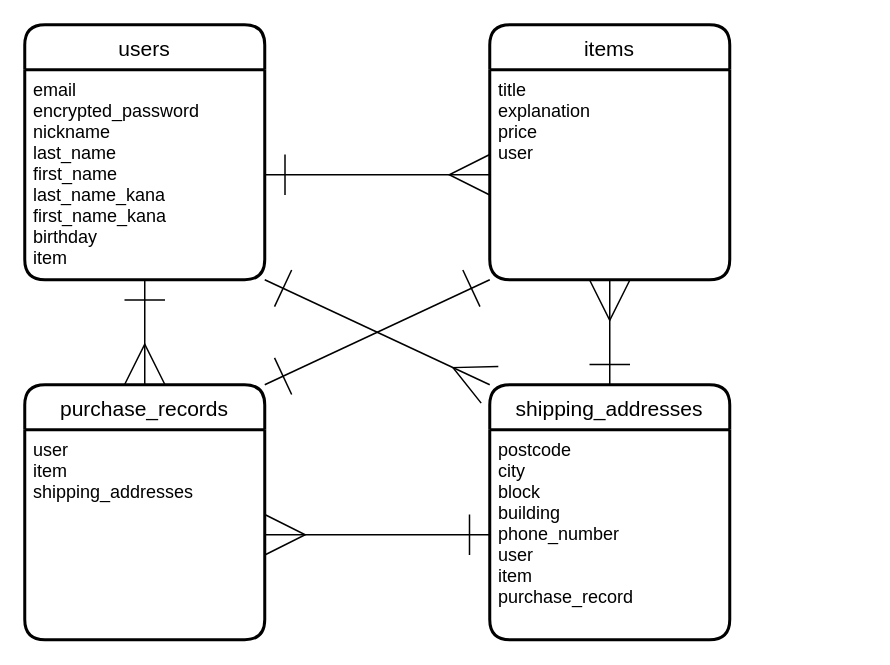
koiazi100/furima-37982 keeps this draw.io diagram as er.dio. Above is the earlier version. Source tidied: cells renumbered, new cells numbered last; positions are measured from the earlier drawing's top-left corner, leaving out a move shared by most shapes. Both pictures are drawn from the tidied source at 150%, with x=0, y=0 at pixel (24, 24).
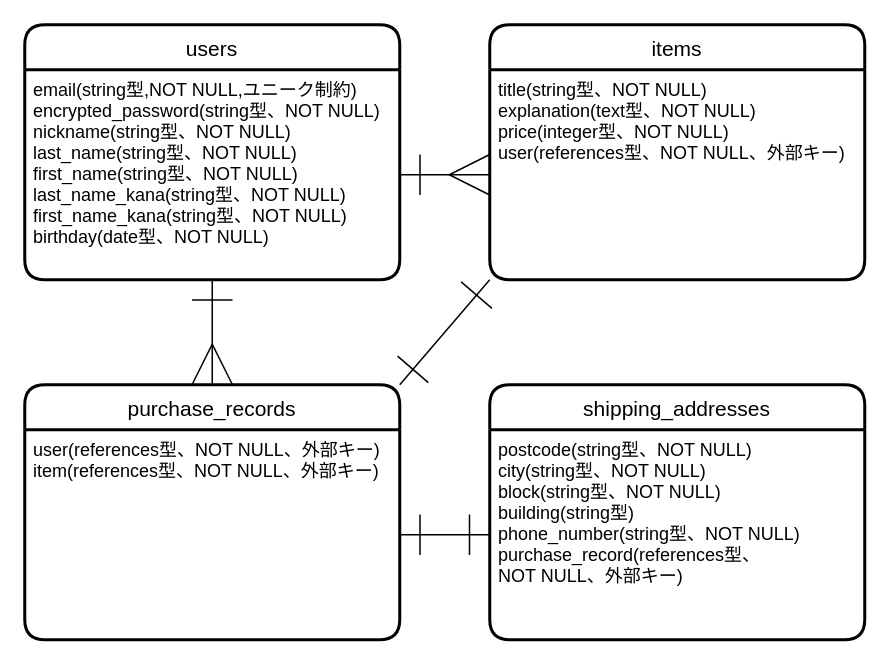
Above is the later version.

Commit message (it also covers changes not shown here):
READ ME修正

What changed in the source:
```diff
@@
 <mxGraphModel>
   <root>
     <mxCell id="0" />
     <mxCell id="1" parent="0" />
     <mxCell id="2" value="users" style="swimlane;horizontal=1;startSize=30;rounded=1;fontSize=14;fontStyle=0;strokeWidth=2;shadow=0;dashed=0;align=center;" parent="1" vertex="1">
-      <mxGeometry width="160" height="170" as="geometry" />
+      <mxGeometry width="250" height="170" as="geometry" />
     </mxCell>
-    <mxCell id="3" value="email&#10;encrypted_password&#10;nickname&#10;last_name&#10;first_name&#10;last_name_kana&#10;first_name_kana&#10;birthday&#10;item" style="align=left;strokeColor=none;fillColor=none;spacingLeft=4;fontSize=12;verticalAlign=top;" parent="2" vertex="1">
-      <mxGeometry y="30" width="160" height="140" as="geometry" />
+    <mxCell id="3" value="email(string型,NOT NULL,ユニーク制約)&#10;encrypted_password(string型、NOT NULL)&#10;nickname(string型、NOT NULL)&#10;last_name(string型、NOT NULL)&#10;first_name(string型、NOT NULL)&#10;last_name_kana(string型、NOT NULL)&#10;first_name_kana(string型、NOT NULL)&#10;birthday(date型、NOT NULL)&#10;" style="align=left;strokeColor=none;fillColor=none;spacingLeft=4;fontSize=12;verticalAlign=top;" parent="2" vertex="1">
+      <mxGeometry y="30" width="250" height="140" as="geometry" />
     </mxCell>
     <mxCell id="4" value="items" style="swimlane;horizontal=1;startSize=30;rounded=1;fontSize=14;fontStyle=0;strokeWidth=2;shadow=0;dashed=0;align=center;" parent="1" vertex="1">
-      <mxGeometry x="310" width="160" height="170" as="geometry" />
+      <mxGeometry x="310" width="250" height="170" as="geometry" />
     </mxCell>
-    <mxCell id="5" value="title&#10;explanation&#10;price&#10;user" style="align=left;strokeColor=none;fillColor=none;spacingLeft=4;fontSize=12;verticalAlign=top;" parent="4" vertex="1">
-      <mxGeometry y="30" width="160" height="140" as="geometry" />
+    <mxCell id="5" value="title(string型、NOT NULL)&#10;explanation(text型、NOT NULL)&#10;price(integer型、NOT NULL)&#10;user(references型、NOT NULL、外部キー)" style="align=left;strokeColor=none;fillColor=none;spacingLeft=4;fontSize=12;verticalAlign=top;" parent="4" vertex="1">
+      <mxGeometry y="30" width="250" height="140" as="geometry" />
     </mxCell>
     <mxCell id="6" style="edgeStyle=none;html=1;entryX=0;entryY=0.5;entryDx=0;entryDy=0;endArrow=ERmany;endFill=0;endSize=25;exitX=1;exitY=0.5;exitDx=0;exitDy=0;startArrow=ERone;startFill=0;startSize=25;" parent="1" edge="1" source="3" target="5">
       <mxGeometry relative="1" as="geometry" />
     </mxCell>
-    <mxCell id="7" style="edgeStyle=none;html=1;exitX=0.5;exitY=0;exitDx=0;exitDy=0;entryX=0.5;entryY=1;entryDx=0;entryDy=0;startArrow=ERone;startFill=0;endArrow=ERmany;endFill=0;startSize=25;endSize=25;" parent="1" edge="1" source="8" target="4">
-      <mxGeometry relative="1" as="geometry" />
-    </mxCell>
     <mxCell id="8" value="shipping_addresses" style="swimlane;horizontal=1;startSize=30;rounded=1;fontSize=14;fontStyle=0;strokeWidth=2;shadow=0;dashed=0;align=center;" parent="1" vertex="1">
-      <mxGeometry x="310" y="240" width="160" height="170" as="geometry" />
+      <mxGeometry x="310" y="240" width="250" height="170" as="geometry" />
     </mxCell>
-    <mxCell id="9" value="postcode&#10;city&#10;block&#10;building&#10;phone_number&#10;user&#10;item&#10;purchase_record" style="align=left;strokeColor=none;fillColor=none;spacingLeft=4;fontSize=12;verticalAlign=top;" parent="8" vertex="1">
-      <mxGeometry y="30" width="160" height="140" as="geometry" />
+    <mxCell id="9" value="postcode(string型、NOT NULL)&#10;city(string型、NOT NULL)&#10;block(string型、NOT NULL)&#10;building(string型)&#10;phone_number(string型、NOT NULL)&#10;purchase_record(references型、&#10;NOT NULL、外部キー)" style="align=left;strokeColor=none;fillColor=none;spacingLeft=4;fontSize=12;verticalAlign=top;" parent="8" vertex="1">
+      <mxGeometry y="30" width="250" height="140" as="geometry" />
     </mxCell>
     <mxCell id="10" value="purchase_records" style="swimlane;horizontal=1;startSize=30;rounded=1;fontSize=14;fontStyle=0;strokeWidth=2;shadow=0;dashed=0;align=center;" parent="1" vertex="1">
-      <mxGeometry y="240" width="160" height="170" as="geometry" />
+      <mxGeometry y="240" width="250" height="170" as="geometry" />
     </mxCell>
-    <mxCell id="11" value="user&#10;item&#10;shipping_addresses" style="align=left;strokeColor=none;fillColor=none;spacingLeft=4;fontSize=12;verticalAlign=top;" parent="10" vertex="1">
-      <mxGeometry y="30" width="160" height="140" as="geometry" />
+    <mxCell id="11" value="user(references型、NOT NULL、外部キー)&#10;item(references型、NOT NULL、外部キー)&#10;" style="align=left;strokeColor=none;fillColor=none;spacingLeft=4;fontSize=12;verticalAlign=top;" parent="10" vertex="1">
+      <mxGeometry y="30" width="250" height="140" as="geometry" />
     </mxCell>
     <mxCell id="12" style="edgeStyle=none;html=1;exitX=0.5;exitY=1;exitDx=0;exitDy=0;entryX=0.5;entryY=0;entryDx=0;entryDy=0;startArrow=ERone;startFill=0;endArrow=ERmany;endFill=0;startSize=25;endSize=25;" parent="1" edge="1" source="3" target="10">
       <mxGeometry relative="1" as="geometry" />
     </mxCell>
-    <mxCell id="13" style="edgeStyle=none;html=1;exitX=1;exitY=1;exitDx=0;exitDy=0;entryX=0;entryY=0;entryDx=0;entryDy=0;startArrow=ERone;startFill=0;endArrow=ERmany;endFill=0;startSize=25;endSize=25;" parent="1" edge="1" source="3" target="8">
-      <mxGeometry relative="1" as="geometry" />
-    </mxCell>
-    <mxCell id="14" style="edgeStyle=none;html=1;entryX=1;entryY=0.5;entryDx=0;entryDy=0;startArrow=ERone;startFill=0;endArrow=ERmany;endFill=0;startSize=25;endSize=25;" parent="1" edge="1" source="9" target="11">
+    <mxCell id="14" style="edgeStyle=none;html=1;entryX=1;entryY=0.5;entryDx=0;entryDy=0;startArrow=ERone;startFill=0;endArrow=ERone;endFill=0;startSize=25;endSize=25;" parent="1" edge="1" source="9" target="11">
       <mxGeometry relative="1" as="geometry" />
     </mxCell>
     <mxCell id="15" style="edgeStyle=none;html=1;exitX=0;exitY=1;exitDx=0;exitDy=0;entryX=1;entryY=0;entryDx=0;entryDy=0;startArrow=ERone;startFill=0;endArrow=ERone;endFill=0;startSize=25;endSize=25;" parent="1" edge="1" source="5" target="10">
       <mxGeometry relative="1" as="geometry" />
     </mxCell>
   </root>
 </mxGraphModel>
```
